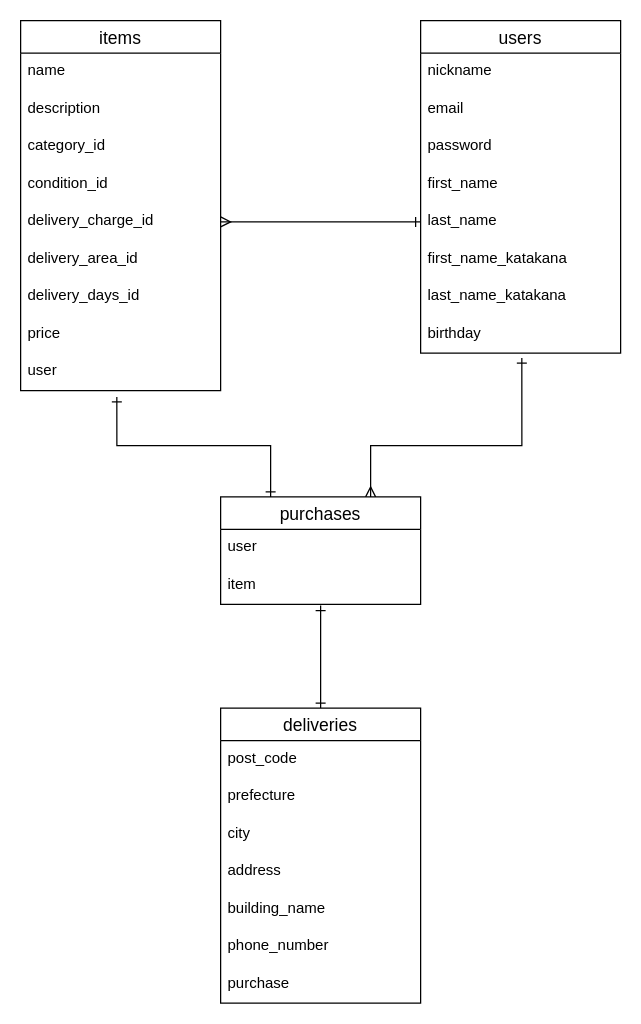
Above: DB.dio in jps-github/furima-35456 (draw.io), before the change. Source tidied: cells renumbered, new cells numbered last; positions are measured from the earlier drawing's top-left corner, leaving out a move shared by most shapes. Both pictures are drawn from the tidied source at 125%, with x=0, y=0 at pixel (20, 20).
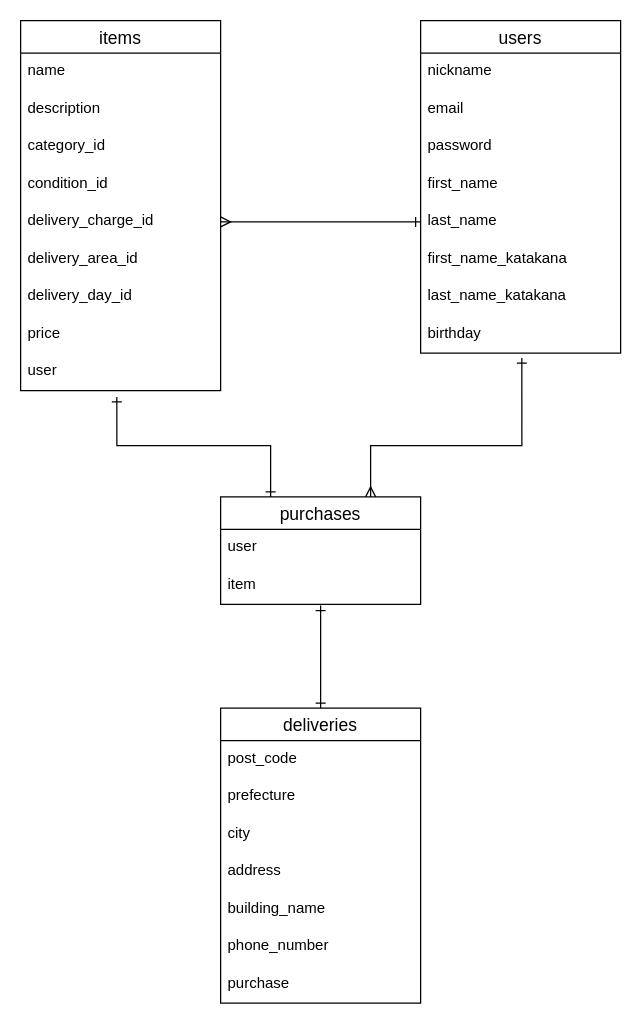
The same page after the edit.

Commit message (it also covers changes not shown here):
データベース設計_3

The change refers to these unchanged cells:
```xml
<mxCell id="11" value="items" style="swimlane;fontStyle=0;horizontal=1;startSize=26;align=center;fontSize=14;" parent="1" vertex="1">
  <mxGeometry width="160" height="296" as="geometry" />
</mxCell>
```

Change to the diagram source:
```diff
@@
-    <mxCell id="18" value="delivery_days_id" style="text;strokeColor=none;fillColor=none;spacingLeft=4;spacingRight=4;overflow=hidden;fontSize=12;" parent="11" vertex="1">
+    <mxCell id="18" value="delivery_day_id" style="text;strokeColor=none;fillColor=none;spacingLeft=4;spacingRight=4;overflow=hidden;fontSize=12;" parent="11" vertex="1">
       <mxGeometry y="206" width="160" height="30" as="geometry" />
     </mxCell>
```
